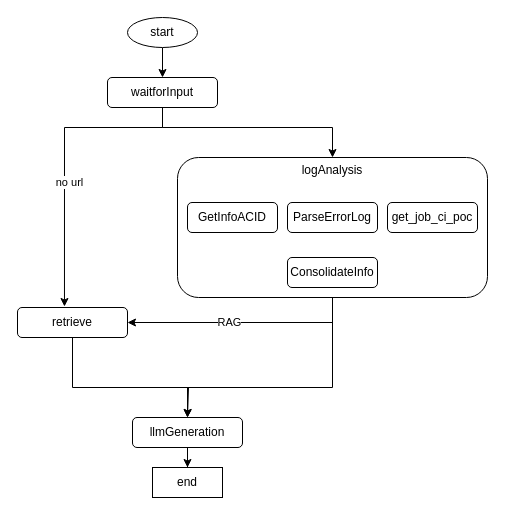
This is Untitled Diagram.drawio from fengchutadie/diagram, a draw.io file, before an edit. Source tidied: cells renumbered, new cells numbered last; positions are measured from the earlier drawing's top-left corner, leaving out a move shared by most shapes. Both pictures are drawn from the tidied source at 100%, with x=0, y=0 at pixel (17, 17).
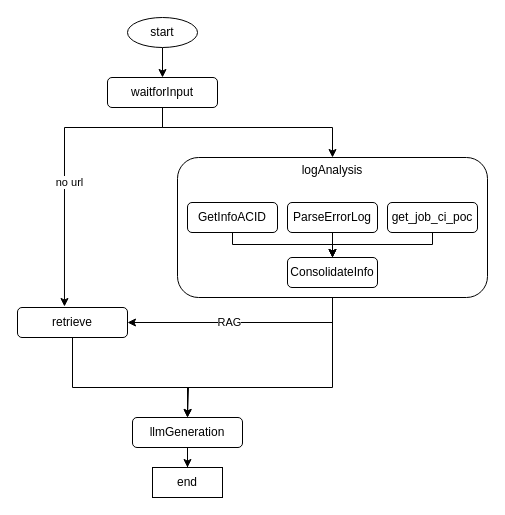
The same page after the edit.

Unchanged cells that the change refers to:
```xml
<mxCell id="11" style="group;" parent="1" vertex="1">
  <mxGeometry x="160" y="140" width="310" height="140" as="geometry" />
</mxCell>
<mxCell id="13" value="&lt;div&gt;&lt;span style=&quot;background-color: transparent; color: light-dark(rgb(0, 0, 0), rgb(255, 255, 255));&quot;&gt;GetInfoACID&lt;/span&gt;&lt;/div&gt;" style="rounded=1;whiteSpace=wrap;html=1;" parent="11" vertex="1">
  <mxGeometry x="10" y="45" width="90" height="30" as="geometry" />
</mxCell>
<mxCell id="14" value="&lt;div&gt;&lt;span style=&quot;background-color: transparent; color: light-dark(rgb(0, 0, 0), rgb(255, 255, 255));&quot;&gt;ParseErrorLog&lt;/span&gt;&lt;/div&gt;" style="rounded=1;whiteSpace=wrap;html=1;" parent="11" vertex="1">
  <mxGeometry x="110" y="45" width="90" height="30" as="geometry" />
</mxCell>
<mxCell id="15" value="&lt;div&gt;&lt;span style=&quot;background-color: transparent; color: light-dark(rgb(0, 0, 0), rgb(255, 255, 255));&quot;&gt;get_job_ci_poc&lt;/span&gt;&lt;/div&gt;" style="rounded=1;whiteSpace=wrap;html=1;" parent="11" vertex="1">
  <mxGeometry x="210" y="45" width="90" height="30" as="geometry" />
</mxCell>
<mxCell id="16" value="ConsolidateInfo" style="rounded=1;whiteSpace=wrap;html=1;" parent="11" vertex="1">
  <mxGeometry x="110" y="100" width="90" height="30" as="geometry" />
</mxCell>
```

Change to the diagram source:
```diff
@@
+    <mxCell id="22" style="edgeStyle=orthogonalEdgeStyle;rounded=0;jettySize=auto;html=1;entryX=0.5;entryY=0;entryDx=0;entryDy=0;" parent="11" edge="1" source="13" target="16">
+      <mxGeometry relative="1" as="geometry">
+        <Array as="points">
+          <mxPoint x="55" y="87" />
+          <mxPoint x="155" y="87" />
+        </Array>
+      </mxGeometry>
+    </mxCell>
@@
+    <mxCell id="23" style="edgeStyle=orthogonalEdgeStyle;rounded=0;jettySize=auto;html=1;entryX=0.5;entryY=0;entryDx=0;entryDy=0;" parent="11" edge="1" source="14" target="16">
+      <mxGeometry relative="1" as="geometry" />
+    </mxCell>
@@
+    <mxCell id="24" style="edgeStyle=orthogonalEdgeStyle;rounded=0;jettySize=auto;html=1;entryX=0.5;entryY=0;entryDx=0;entryDy=0;" parent="11" edge="1" source="15" target="16">
+      <mxGeometry relative="1" as="geometry">
+        <Array as="points">
+          <mxPoint x="255" y="87" />
+          <mxPoint x="155" y="87" />
+        </Array>
+      </mxGeometry>
+    </mxCell>
```
